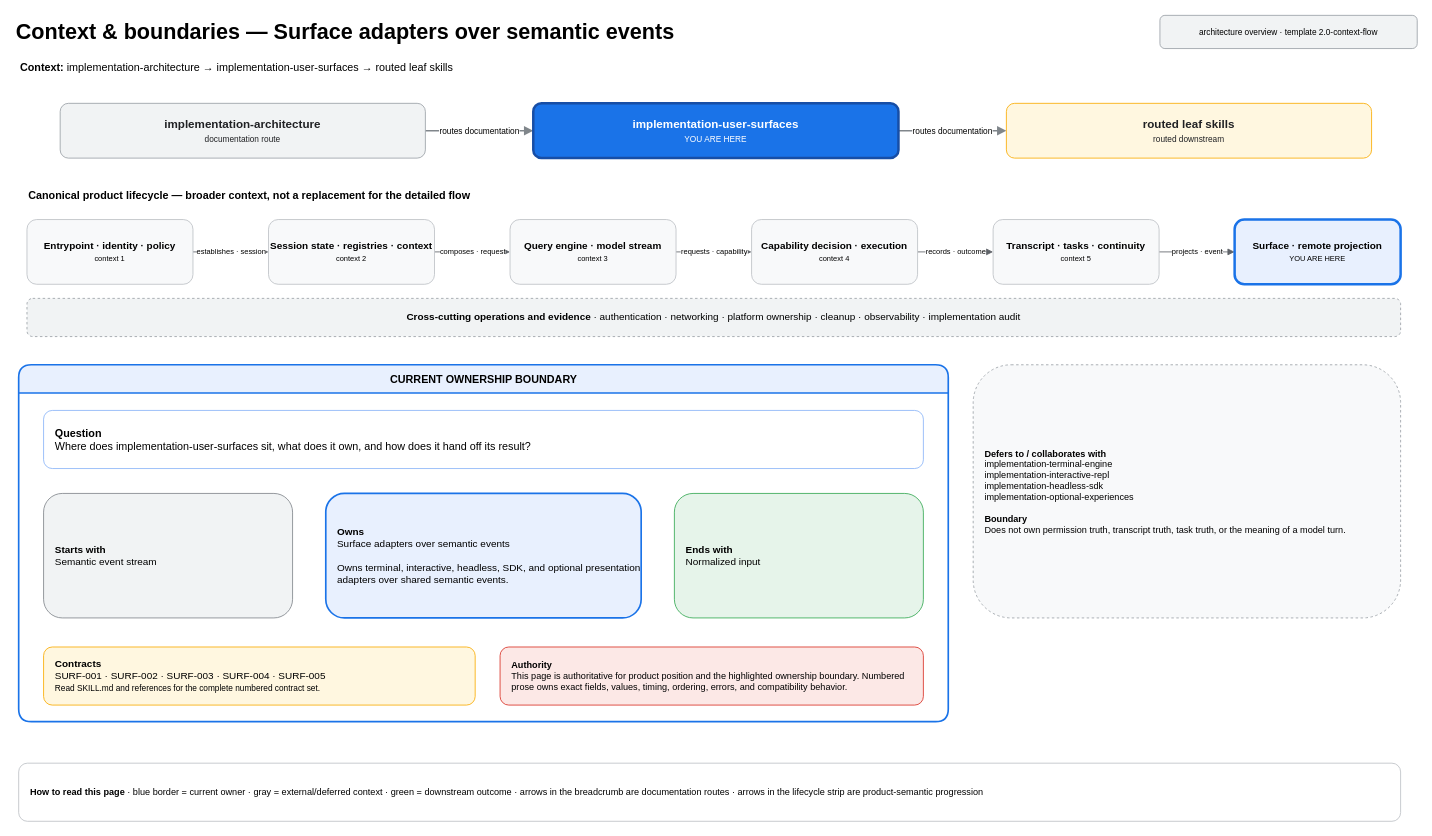
This is page "01 — Context & Boundaries" (1 of 2) of .codex/skills/implementation-user-surfaces/assets/architecture.drawio from greenpau/agentx, a draw.io file, before an edit. Source tidied: cells renumbered, new cells numbered last; positions are measured from the earlier drawing's top-left corner, leaving out a move shared by most shapes. Both pictures are drawn from the tidied source at 83%, with x=0, y=0 at pixel (14, 14).
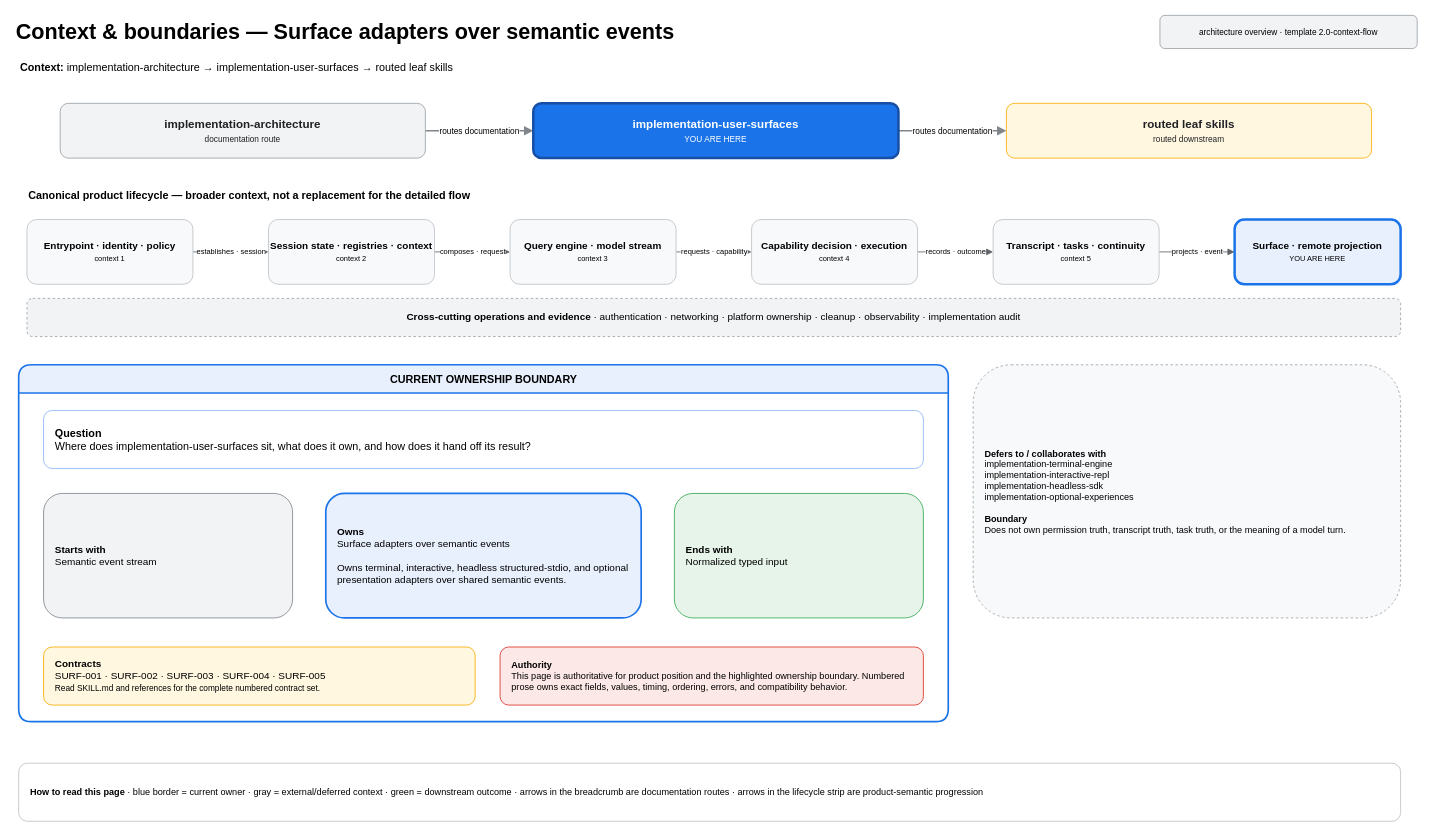
The same page after the edit.

Diff of the diagram source:
```diff
@@
-    <mxCell id="26" value="&lt;b&gt;Owns&lt;/b&gt;&lt;br&gt;Surface adapters over semantic events&lt;br&gt;&lt;br&gt;Owns terminal, interactive, headless, SDK, and optional presentation adapters over shared semantic events." style="rounded=1;whiteSpace=wrap;html=1;fillColor=#e8f0fe;strokeColor=#1a73e8;strokeWidth=2;fontSize=12;align=left;spacingLeft=12;" parent="1" vertex="1">
+    <mxCell id="26" value="&lt;b&gt;Owns&lt;/b&gt;&lt;br&gt;Surface adapters over semantic events&lt;br&gt;&lt;br&gt;Owns terminal, interactive, headless structured-stdio, and optional presentation adapters over shared semantic events." style="rounded=1;whiteSpace=wrap;html=1;fillColor=#e8f0fe;strokeColor=#1a73e8;strokeWidth=2;fontSize=12;align=left;spacingLeft=12;" parent="1" vertex="1">
       <mxGeometry x="375" y="577" width="380" height="150" as="geometry" />
     </mxCell>
-    <mxCell id="27" value="&lt;b&gt;Ends with&lt;/b&gt;&lt;br&gt;Normalized input" style="rounded=1;whiteSpace=wrap;html=1;fillColor=#e6f4ea;strokeColor=#34a853;fontSize=12;align=left;spacingLeft=12;" parent="1" vertex="1">
+    <mxCell id="27" value="&lt;b&gt;Ends with&lt;/b&gt;&lt;br&gt;Normalized typed input" style="rounded=1;whiteSpace=wrap;html=1;fillColor=#e6f4ea;strokeColor=#34a853;fontSize=12;align=left;spacingLeft=12;" parent="1" vertex="1">
       <mxGeometry x="795" y="577" width="300" height="150" as="geometry" />
     </mxCell>
```
